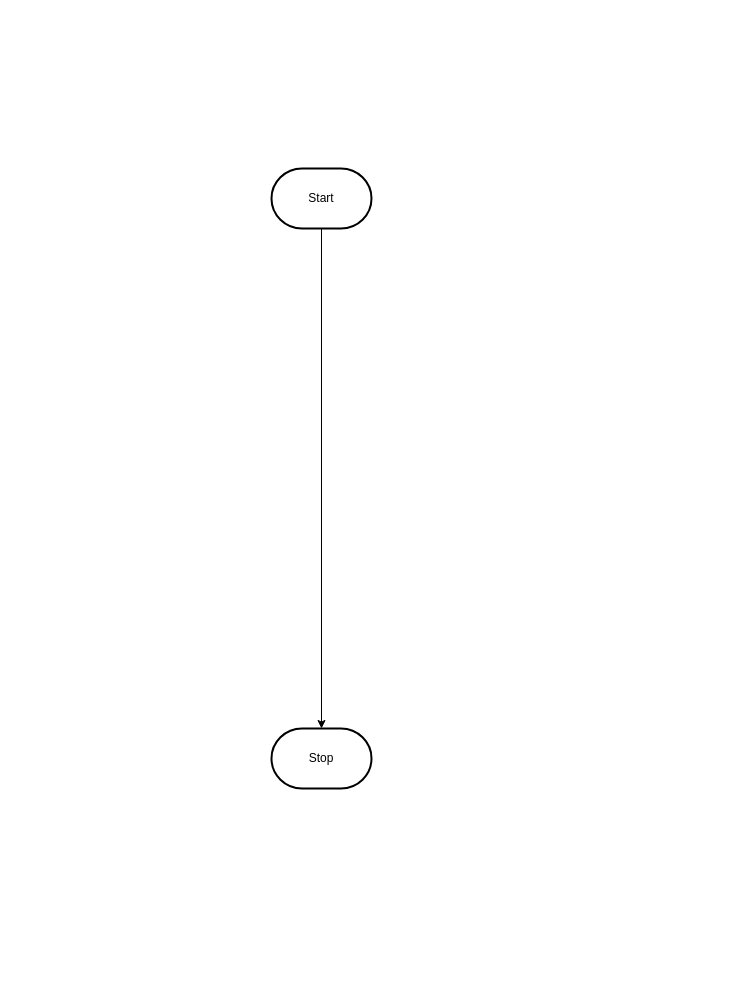
This is design/flowchart.drawio from MTHS-ICD2O-1-2023/ICD2O-Assignment-05-Julianne-Leblanc-Peltier, a draw.io file, before an edit. Source tidied: cells renumbered, new cells numbered last; positions are measured from the earlier drawing's top-left corner, leaving out a move shared by most shapes. Both pictures are drawn from the tidied source at 100%, with x=0, y=0 at pixel (271, 168).
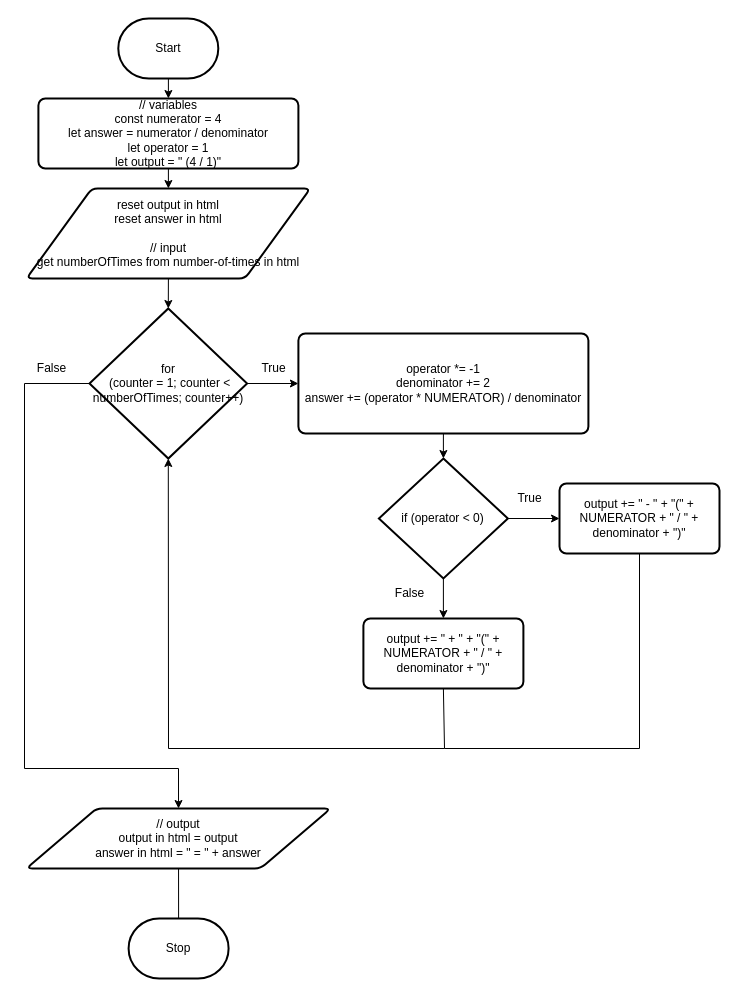
Above is the later version.

Commit message (it also covers changes not shown here):
created storyboard + flowchart

The edit, as a diff of the source:
```diff
@@
-    <mxCell id="2" style="edgeStyle=orthogonalEdgeStyle;html=1;rounded=0;" parent="1" edge="1" source="3" target="4">
-      <mxGeometry relative="1" as="geometry" />
-    </mxCell>
+    <mxCell id="5" style="edgeStyle=none;html=1;exitX=0.5;exitY=1;exitDx=0;exitDy=0;exitPerimeter=0;entryX=0.5;entryY=0;entryDx=0;entryDy=0;" parent="1" edge="1" target="2">
+      <mxGeometry relative="1" as="geometry">
+        <mxPoint x="-103.1" y="-90" as="sourcePoint" />
+      </mxGeometry>
+    </mxCell>
     <mxCell id="3" value="Start" style="strokeWidth=2;html=1;shape=mxgraph.flowchart.terminator;whiteSpace=wrap;" parent="1" vertex="1">
-      <mxGeometry width="100" height="60" as="geometry" />
+      <mxGeometry x="-153.2" y="-150" width="100" height="60" as="geometry" />
     </mxCell>
     <mxCell id="4" value="Stop" style="strokeWidth=2;html=1;shape=mxgraph.flowchart.terminator;whiteSpace=wrap;" parent="1" vertex="1">
-      <mxGeometry y="560" width="100" height="60" as="geometry" />
+      <mxGeometry x="-142.9" y="750" width="100" height="60" as="geometry" />
     </mxCell>
+    <mxCell id="6" style="edgeStyle=none;html=1;exitX=0.5;exitY=1;exitDx=0;exitDy=0;entryX=0.5;entryY=0;entryDx=0;entryDy=0;" parent="1" edge="1" source="2" target="8">
+      <mxGeometry relative="1" as="geometry" />
+    </mxCell>
+    <mxCell id="2" value="&lt;div style=&quot;&quot;&gt;&lt;span style=&quot;background-color: initial;&quot;&gt;// variables&lt;/span&gt;&lt;/div&gt;&lt;div style=&quot;&quot;&gt;&lt;span style=&quot;background-color: initial;&quot;&gt;const numerator = 4&lt;/span&gt;&lt;/div&gt;let answer = numerator / denominator&lt;br&gt;let operator = 1&lt;br&gt;let output = &quot; (4 / 1)&quot;" style="rounded=1;whiteSpace=wrap;html=1;absoluteArcSize=1;arcSize=14;strokeWidth=2;align=center;" parent="1" vertex="1">
+      <mxGeometry x="-233.1" y="-70" width="260" height="70" as="geometry" />
+    </mxCell>
+    <mxCell id="7" style="edgeStyle=none;html=1;exitX=0.5;exitY=1;exitDx=0;exitDy=0;entryX=0.5;entryY=0;entryDx=0;entryDy=0;entryPerimeter=0;" parent="1" edge="1" source="8" target="11">
+      <mxGeometry relative="1" as="geometry" />
+    </mxCell>
+    <mxCell id="8" value="reset output in html&lt;br&gt;reset answer in html&lt;br&gt;&lt;br&gt;// input&lt;br&gt;get numberOfTimes from number-of-times in html" style="shape=parallelogram;html=1;strokeWidth=2;perimeter=parallelogramPerimeter;whiteSpace=wrap;rounded=1;arcSize=12;size=0.23;" parent="1" vertex="1">
+      <mxGeometry x="-245" y="20" width="283.8" height="90" as="geometry" />
+    </mxCell>
+    <mxCell id="9" style="edgeStyle=none;html=1;exitX=1;exitY=0.5;exitDx=0;exitDy=0;exitPerimeter=0;" parent="1" edge="1" source="11" target="13">
+      <mxGeometry relative="1" as="geometry" />
+    </mxCell>
+    <mxCell id="10" style="edgeStyle=none;html=1;exitX=0;exitY=0.5;exitDx=0;exitDy=0;exitPerimeter=0;rounded=0;" parent="1" edge="1" source="11" target="26">
+      <mxGeometry relative="1" as="geometry">
+        <Array as="points">
+          <mxPoint x="-247" y="215" />
+          <mxPoint x="-247" y="600" />
+          <mxPoint x="-93" y="600" />
+        </Array>
+      </mxGeometry>
+    </mxCell>
+    <mxCell id="11" value="for&lt;br&gt;&amp;nbsp;(counter = 1; counter &amp;lt; numberOfTimes; counter++)" style="strokeWidth=2;html=1;shape=mxgraph.flowchart.decision;whiteSpace=wrap;" parent="1" vertex="1">
+      <mxGeometry x="-182" y="140" width="157.6" height="150" as="geometry" />
+    </mxCell>
+    <mxCell id="12" style="edgeStyle=none;html=1;exitX=0.5;exitY=1;exitDx=0;exitDy=0;entryX=0.5;entryY=0;entryDx=0;entryDy=0;entryPerimeter=0;" parent="1" edge="1" source="13" target="18">
+      <mxGeometry relative="1" as="geometry" />
+    </mxCell>
+    <mxCell id="13" value="operator *= -1&lt;br&gt;denominator += 2&lt;br&gt;answer += (operator * NUMERATOR) / denominator" style="rounded=1;whiteSpace=wrap;html=1;absoluteArcSize=1;arcSize=14;strokeWidth=2;" parent="1" vertex="1">
+      <mxGeometry x="26.9" y="165" width="290" height="100" as="geometry" />
+    </mxCell>
+    <mxCell id="14" value="True" style="text;html=1;align=center;verticalAlign=middle;strokeColor=none;fillColor=none;" parent="1" vertex="1">
+      <mxGeometry x="-23.1" y="185" width="50" height="30" as="geometry" />
+    </mxCell>
+    <mxCell id="15" value="False" style="text;html=1;align=center;verticalAlign=middle;strokeColor=none;fillColor=none;" parent="1" vertex="1">
+      <mxGeometry x="-245" y="185" width="50" height="30" as="geometry" />
+    </mxCell>
+    <mxCell id="16" style="edgeStyle=none;html=1;exitX=1;exitY=0.5;exitDx=0;exitDy=0;exitPerimeter=0;entryX=0;entryY=0.5;entryDx=0;entryDy=0;" parent="1" edge="1" source="18" target="20">
+      <mxGeometry relative="1" as="geometry" />
+    </mxCell>
+    <mxCell id="17" style="edgeStyle=none;html=1;exitX=0.5;exitY=1;exitDx=0;exitDy=0;exitPerimeter=0;entryX=0.5;entryY=0;entryDx=0;entryDy=0;" parent="1" edge="1" source="18" target="22">
+      <mxGeometry relative="1" as="geometry" />
+    </mxCell>
+    <mxCell id="18" value="if (operator &amp;lt; 0)" style="strokeWidth=2;html=1;shape=mxgraph.flowchart.decision;whiteSpace=wrap;" parent="1" vertex="1">
+      <mxGeometry x="107.4" y="290" width="129" height="120" as="geometry" />
+    </mxCell>
+    <mxCell id="19" style="edgeStyle=none;rounded=0;html=1;exitX=0.5;exitY=1;exitDx=0;exitDy=0;endArrow=none;endFill=0;" parent="1" edge="1" source="20">
+      <mxGeometry relative="1" as="geometry">
+        <mxPoint x="173" y="580" as="targetPoint" />
+        <Array as="points">
+          <mxPoint x="368" y="580" />
+        </Array>
+      </mxGeometry>
+    </mxCell>
+    <mxCell id="20" value="output += &quot; - &quot; + &quot;(&quot; + NUMERATOR + &quot; / &quot; + denominator + &quot;)&quot;" style="rounded=1;whiteSpace=wrap;html=1;absoluteArcSize=1;arcSize=14;strokeWidth=2;" parent="1" vertex="1">
+      <mxGeometry x="288" y="315" width="160" height="70" as="geometry" />
+    </mxCell>
+    <mxCell id="21" style="edgeStyle=none;rounded=0;html=1;exitX=0.5;exitY=1;exitDx=0;exitDy=0;entryX=0.5;entryY=1;entryDx=0;entryDy=0;entryPerimeter=0;" parent="1" edge="1" source="22" target="11">
+      <mxGeometry relative="1" as="geometry">
+        <Array as="points">
+          <mxPoint x="173" y="580" />
+          <mxPoint x="-103" y="580" />
+        </Array>
+      </mxGeometry>
+    </mxCell>
+    <mxCell id="22" value="output += &quot; + &quot; + &quot;(&quot; + NUMERATOR + &quot; / &quot; + denominator + &quot;)&quot;" style="rounded=1;whiteSpace=wrap;html=1;absoluteArcSize=1;arcSize=14;strokeWidth=2;" parent="1" vertex="1">
+      <mxGeometry x="91.9" y="450" width="160" height="70" as="geometry" />
+    </mxCell>
+    <mxCell id="23" value="True" style="text;html=1;align=center;verticalAlign=middle;strokeColor=none;fillColor=none;" parent="1" vertex="1">
+      <mxGeometry x="233" y="315" width="50" height="30" as="geometry" />
+    </mxCell>
+    <mxCell id="24" value="False" style="text;html=1;align=center;verticalAlign=middle;strokeColor=none;fillColor=none;" parent="1" vertex="1">
+      <mxGeometry x="113" y="410" width="50" height="30" as="geometry" />
+    </mxCell>
+    <mxCell id="25" style="edgeStyle=none;rounded=0;html=1;exitX=0.5;exitY=1;exitDx=0;exitDy=0;entryX=0.5;entryY=0;entryDx=0;entryDy=0;entryPerimeter=0;endArrow=none;endFill=0;" parent="1" edge="1" source="26" target="4">
+      <mxGeometry relative="1" as="geometry" />
+    </mxCell>
+    <mxCell id="26" value="// output&lt;br&gt;output in html = output&lt;br&gt;answer in html = &quot; = &quot; + answer" style="shape=parallelogram;html=1;strokeWidth=2;perimeter=parallelogramPerimeter;whiteSpace=wrap;rounded=1;arcSize=12;size=0.23;" parent="1" vertex="1">
+      <mxGeometry x="-245" y="640" width="304.1" height="60" as="geometry" />
+    </mxCell>
```
